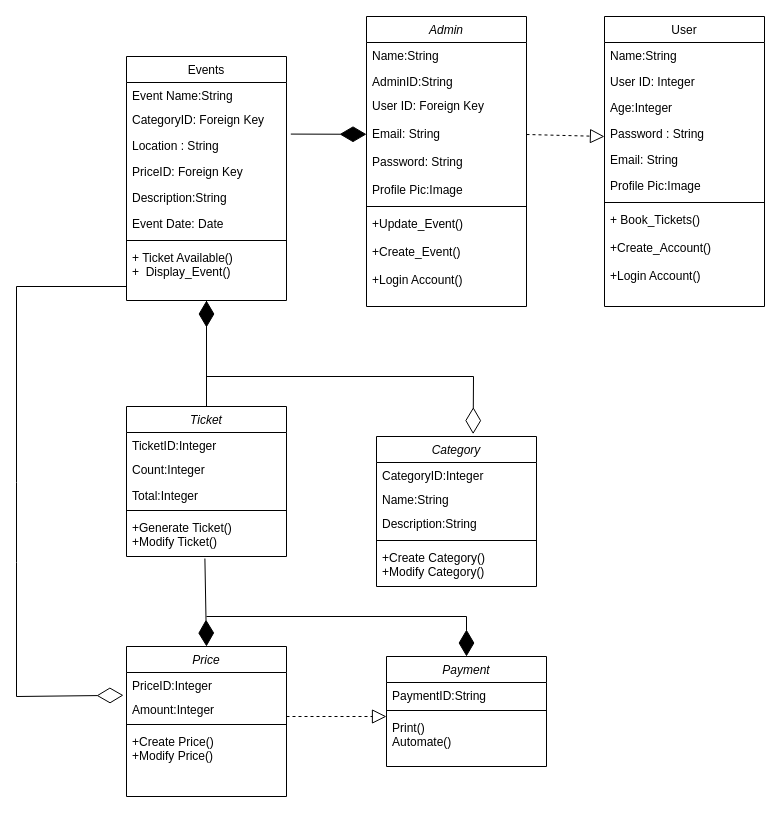
Earlier version of the draw.io diagram Untitled Diagram.drawio (Stormtroopper/HTML-layout-learning). Source tidied: cells renumbered, new cells numbered last; positions are measured from the earlier drawing's top-left corner, leaving out a move shared by most shapes. Both pictures are drawn from the tidied source at 100%, with x=0, y=0 at pixel (16, 16).
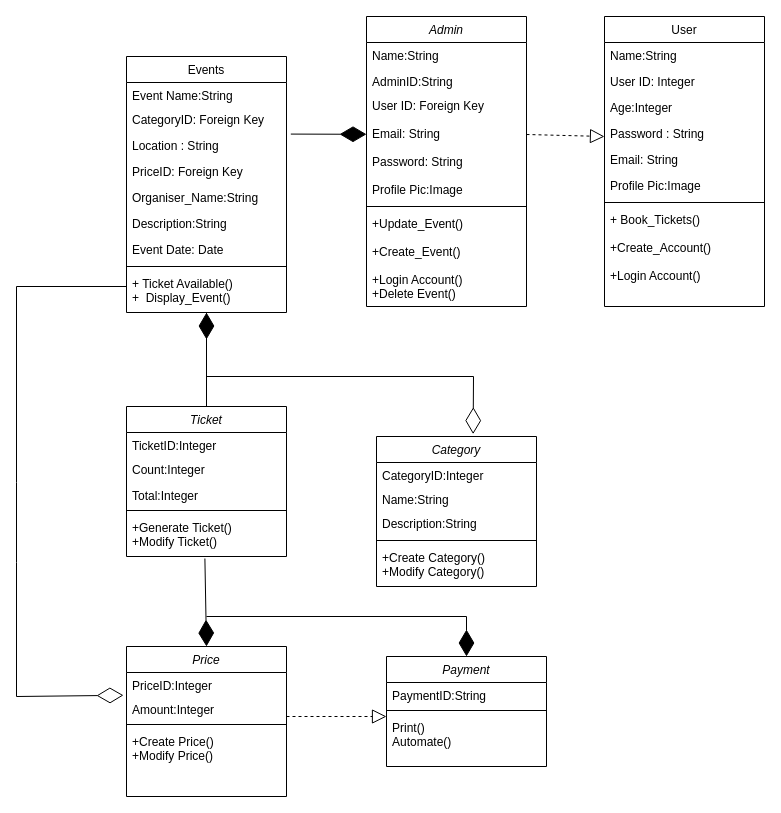
The same page after the edit.

The change refers to these unchanged cells:
```xml
<mxCell id="2" value="Admin" style="swimlane;fontStyle=2;align=center;verticalAlign=top;horizontal=1;startSize=26;rounded=0;shadow=0;strokeWidth=1;" parent="1" vertex="1">
  <mxGeometry x="350" width="160" height="290" as="geometry" />
</mxCell>
```

What changed in the source:
```diff
@@
-    <mxCell id="8" value="+Update_Event()&#10;&#10;+Create_Event()&#10;&#10;+Login Account()&#10;" style="text;align=left;verticalAlign=top;spacingLeft=4;spacingRight=4;overflow=hidden;" parent="2" vertex="1">
+    <mxCell id="8" value="+Update_Event()&#10;&#10;+Create_Event()&#10;&#10;+Login Account()&#10;+Delete Event()" style="text;align=left;verticalAlign=top;spacingLeft=4;spacingRight=4;overflow=hidden;" parent="2" vertex="1">
       <mxGeometry y="194" width="160" height="96" as="geometry" />
     </mxCell>
     <mxCell id="9" value="Events" style="swimlane;fontStyle=0;align=center;verticalAlign=top;horizontal=1;startSize=26;rounded=0;shadow=0;strokeWidth=1;" parent="1" vertex="1">
-      <mxGeometry x="110" y="40" width="160" height="244" as="geometry" />
+      <mxGeometry x="110" y="40" width="160" height="256" as="geometry" />
     </mxCell>
@@
+    <mxCell id="56" value="Organiser_Name:String" style="text;align=left;verticalAlign=top;spacingLeft=4;spacingRight=4;overflow=hidden;rounded=0;shadow=0;html=0;" parent="9" vertex="1">
+      <mxGeometry y="128" width="160" height="26" as="geometry" />
+    </mxCell>
     <mxCell id="14" value="Description:String" style="text;align=left;verticalAlign=top;spacingLeft=4;spacingRight=4;overflow=hidden;rounded=0;shadow=0;html=0;" parent="9" vertex="1">
-      <mxGeometry y="128" width="160" height="26" as="geometry" />
+      <mxGeometry y="154" width="160" height="26" as="geometry" />
     </mxCell>
     <mxCell id="15" value="Event Date: Date" style="text;align=left;verticalAlign=top;spacingLeft=4;spacingRight=4;overflow=hidden;rounded=0;shadow=0;html=0;" parent="9" vertex="1">
-      <mxGeometry y="154" width="160" height="26" as="geometry" />
+      <mxGeometry y="180" width="160" height="26" as="geometry" />
     </mxCell>
     <mxCell id="16" style="line;html=1;strokeWidth=1;align=left;verticalAlign=middle;spacingTop=-1;spacingLeft=3;spacingRight=3;labelPosition=right;" parent="9" vertex="1">
-      <mxGeometry y="180" width="160" height="8" as="geometry" />
+      <mxGeometry y="206" width="160" height="8" as="geometry" />
     </mxCell>
     <mxCell id="17" value="+ Ticket Available()&#10;+  Display_Event()" style="text;align=left;verticalAlign=top;spacingLeft=4;spacingRight=4;overflow=hidden;" parent="9" vertex="1">
-      <mxGeometry y="188" width="160" height="42" as="geometry" />
+      <mxGeometry y="214" width="160" height="42" as="geometry" />
     </mxCell>
```
